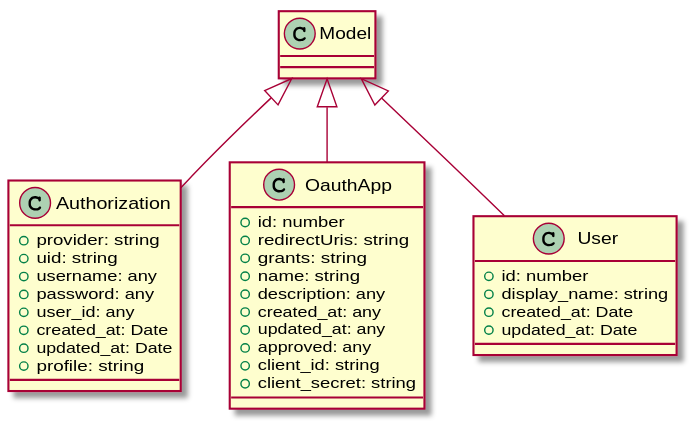
Jeff-Tian/alpha keeps this PlantUML diagram as models.svg. Above is the earlier version.
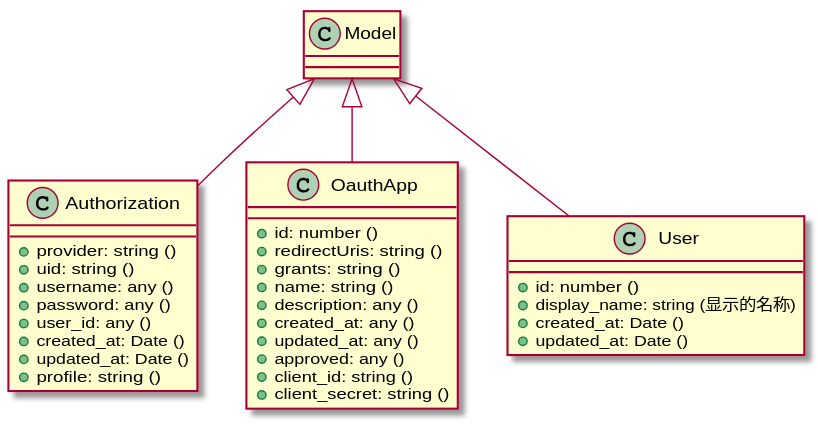
The same file after the commit.

Change to the diagram source:
```diff
@@ -1,30 +1,30 @@
 @startuml
 class Authorization extends Model {
-    +provider: string
-    +uid: string
-    +username: any
-    +password: any
-    +user_id: any
-    +created_at: Date
-    +updated_at: Date
-    +profile: string
+    +provider: string ()
+    +uid: string ()
+    +username: any ()
+    +password: any ()
+    +user_id: any ()
+    +created_at: Date ()
+    +updated_at: Date ()
+    +profile: string ()
 }
 class OauthApp extends Model {
-    +id: number
-    +redirectUris: string
-    +grants: string
-    +name: string
-    +description: any
-    +created_at: any
-    +updated_at: any
-    +approved: any
-    +client_id: string
-    +client_secret: string
+    +id: number ()
+    +redirectUris: string ()
+    +grants: string ()
+    +name: string ()
+    +description: any ()
+    +created_at: any ()
+    +updated_at: any ()
+    +approved: any ()
+    +client_id: string ()
+    +client_secret: string ()
 }
 class User extends Model {
-    +id: number
-    +display_name: string
-    +created_at: Date
-    +updated_at: Date
+    +id: number ()
+    +display_name: string (显示的名称)
+    +created_at: Date ()
+    +updated_at: Date ()
 }
 @enduml
```
